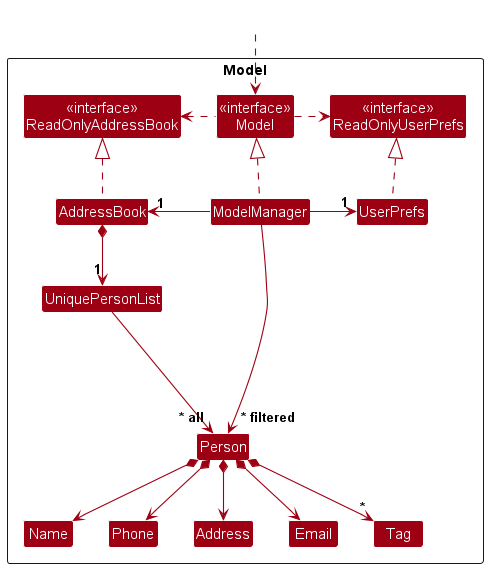
nus-cs2103-AY2425S1/tp keeps this PlantUML diagram as docs/images/ModelClassDiagram.png. Above is the earlier version.
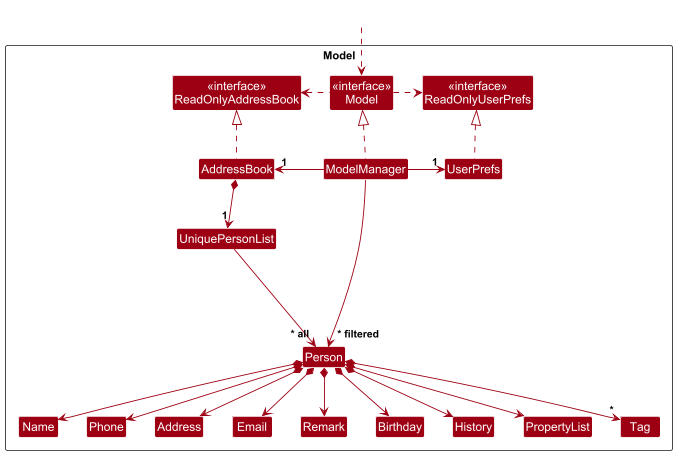
The same file after the commit.

The edit, as a diff of the source:
```diff
@@ -18,7 +18,11 @@
 Class Email
 Class Name
 Class Phone
+Class Remark
+Class Birthday
+Class History
 Class Tag
+Class PropertyList
 
 Class I #FFFFFF
 }
@@ -41,7 +45,11 @@
 Person *--> Phone
 Person *--> Email
 Person *--> Address
+Person *--> Remark
+Person *--> Birthday
+Person *--> History
 Person *--> "*" Tag
+Person *--> PropertyList
 
 Person -[hidden]up--> I
 UniquePersonList -[hidden]right-> I
@@ -49,6 +57,10 @@
 Name -[hidden]right-> Phone
 Phone -[hidden]right-> Address
 Address -[hidden]right-> Email
+Email -[hidden]right-> Remark
+Remark -[hidden]right-> Birthday
+Birthday -[hidden]right-> History
+History -[hidden]right-> PropertyList
 
 ModelManager --> "~* filtered" Person
 @enduml
```
